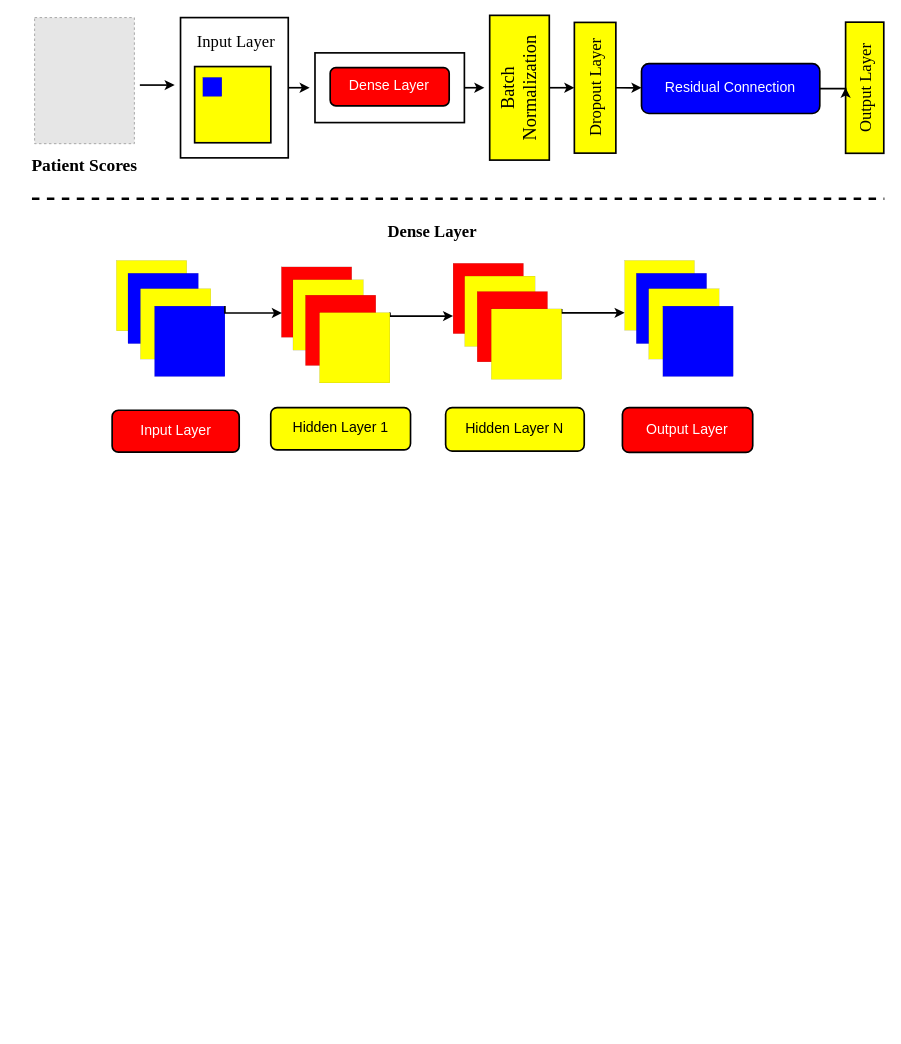
The draw.io diagram Vitiligo Paper 1.drawio in a3X3k/-Random-, before the edit. Source tidied: cells renumbered, new cells numbered last; positions are measured from the earlier drawing's top-left corner, leaving out a move shared by most shapes. Both pictures are drawn from the tidied source at 83%, with x=0, y=0 at pixel (17, 15). Pictures stored in the file or linked from it are replaced by grey dashed boxes.
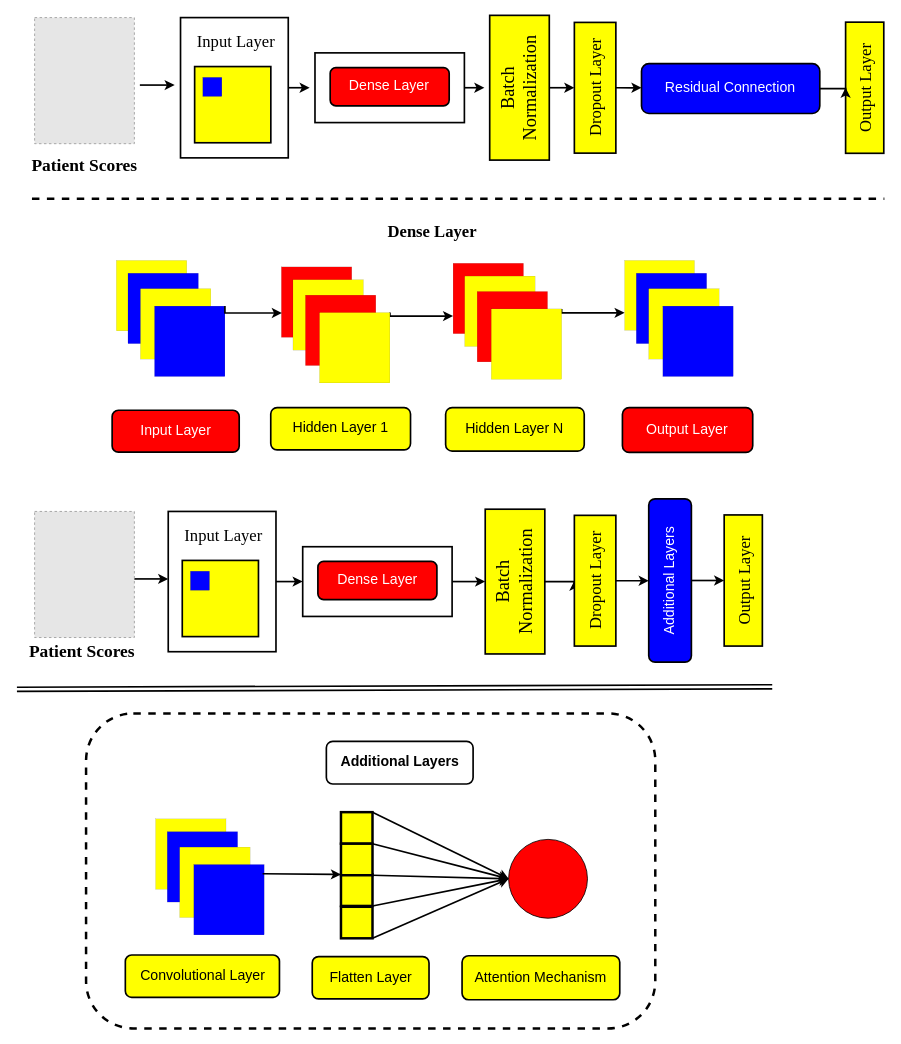
Above is the later version.

Diff of the diagram source:
```diff
@@
+    <mxCell id="45" style="rounded=1;whiteSpace=wrap;html=1;strokeWidth=3;dashed=1;" parent="1" vertex="1">
+      <mxGeometry x="83.2" y="841" width="685.8" height="379.6" as="geometry" />
+    </mxCell>
@@
+    <mxCell id="46" style="edgeStyle=orthogonalEdgeStyle;rounded=0;jettySize=auto;html=1;exitX=1;exitY=0.5;exitDx=0;exitDy=0;strokeWidth=2;entryX=0.5;entryY=1;entryDx=0;entryDy=0;" parent="1" edge="1" source="47" target="56">
+      <mxGeometry relative="1" as="geometry" />
+    </mxCell>
+    <mxCell id="47" style="rounded=0;whiteSpace=wrap;html=1;strokeWidth=2;" parent="1" vertex="1">
+      <mxGeometry x="344.2" y="640.2" width="180" height="84" as="geometry" />
+    </mxCell>
+    <mxCell id="48" style="edgeStyle=orthogonalEdgeStyle;rounded=0;jettySize=auto;html=1;exitX=1;exitY=0.5;exitDx=0;exitDy=0;strokeWidth=2;entryX=0;entryY=0.5;entryDx=0;entryDy=0;" parent="1" edge="1" source="49" target="47">
+      <mxGeometry relative="1" as="geometry" />
+    </mxCell>
+    <mxCell id="49" style="rounded=0;whiteSpace=wrap;html=1;shadow=0;glass=0;sketch=0;fillStyle=auto;strokeColor=#000000;strokeWidth=2;fontFamily=Times New Roman;fontSize=20;fillColor=#FFFFFF;gradientColor=none;" parent="1" vertex="1">
+      <mxGeometry x="182.2" y="597.7" width="129.8" height="169" as="geometry" />
+    </mxCell>
+    <mxCell id="50" style="edgeStyle=orthogonalEdgeStyle;orthogonalLoop=1;jettySize=auto;html=1;strokeWidth=2;fontFamily=Times New Roman;fontSize=20;rounded=0;" parent="1" edge="1">
+      <mxGeometry relative="1" as="geometry">
+        <mxPoint x="140.2" y="679" as="sourcePoint" />
+        <mxPoint x="182.2" y="679" as="targetPoint" />
+      </mxGeometry>
+    </mxCell>
+    <mxCell id="51" style="whiteSpace=wrap;html=1;fillColor=#FFFF00;shadow=0;strokeColor=#000000;rounded=0;sketch=0;glass=0;strokeWidth=2;fillStyle=auto;perimeterSpacing=0;fontSize=20;" parent="1" vertex="1">
+      <mxGeometry x="199.1" y="656.7" width="91.8" height="91.8" as="geometry" />
+    </mxCell>
+    <mxCell id="52" style="whiteSpace=wrap;html=1;rounded=0;shadow=0;glass=0;sketch=0;fillStyle=auto;strokeColor=#000000;strokeWidth=0;fillColor=#0000FF;fontSize=20;" parent="1" vertex="1">
+      <mxGeometry x="208.9" y="669.7" width="23" height="23" as="geometry" />
+    </mxCell>
+    <mxCell id="53" value="Input Layer" style="text;html=1;strokeColor=none;fillColor=none;align=center;verticalAlign=middle;whiteSpace=wrap;rounded=0;shadow=0;glass=0;sketch=0;fillStyle=auto;strokeWidth=1;fontFamily=Times New Roman;fontSize=20;" parent="1" vertex="1">
+      <mxGeometry x="196.7" y="610.7" width="104" height="30" as="geometry" />
+    </mxCell>
+    <mxCell id="54" value="Patient Scores" style="text;html=1;strokeColor=none;fillColor=none;align=center;verticalAlign=middle;whiteSpace=wrap;rounded=0;shadow=0;glass=0;sketch=0;fillStyle=auto;strokeWidth=1;fontFamily=Times New Roman;fontSize=21;fontStyle=1;" parent="1" vertex="1">
+      <mxGeometry x="-3" y="752" width="163" height="30" as="geometry" />
+    </mxCell>
+    <mxCell id="55" style="edgeStyle=orthogonalEdgeStyle;rounded=0;jettySize=auto;html=1;exitX=0.5;exitY=0;exitDx=0;exitDy=0;entryX=0.5;entryY=1;entryDx=0;entryDy=0;strokeWidth=2;" parent="1" edge="1" source="56" target="59">
+      <mxGeometry relative="1" as="geometry" />
+    </mxCell>
+    <mxCell id="56" value="Batch Normalization" style="rounded=0;whiteSpace=wrap;html=1;shadow=0;glass=0;sketch=0;fillStyle=auto;strokeColor=#000000;strokeWidth=2;fillColor=#FFFF00;gradientColor=none;direction=south;textDirection=ltr;horizontal=0;fontFamily=Times New Roman;fontSize=22;fontStyle=0;" parent="1" vertex="1">
+      <mxGeometry x="564.1" y="595" width="71.8" height="174.4" as="geometry" />
+    </mxCell>
+    <mxCell id="57" value="&lt;span style=&quot;font-size: 17px;&quot;&gt;&lt;font color=&quot;#ffffff&quot; style=&quot;font-size: 17px;&quot;&gt;Dense Layer&lt;/font&gt;&lt;/span&gt;" style="rounded=1;whiteSpace=wrap;html=1;fillColor=#FF0000;strokeWidth=2;fontSize=17;" parent="1" vertex="1">
+      <mxGeometry x="362.5" y="657.9" width="143.4" height="46" as="geometry" />
+    </mxCell>
+    <mxCell id="58" style="edgeStyle=orthogonalEdgeStyle;rounded=0;jettySize=auto;html=1;exitX=0.5;exitY=0;exitDx=0;exitDy=0;entryX=0;entryY=0.5;entryDx=0;entryDy=0;strokeWidth=2;" parent="1" edge="1" source="59" target="62">
+      <mxGeometry relative="1" as="geometry" />
+    </mxCell>
+    <mxCell id="59" value="Dropout Layer" style="rounded=0;whiteSpace=wrap;html=1;shadow=0;glass=0;sketch=0;fillStyle=auto;strokeColor=#000000;strokeWidth=2;fillColor=#FFFF00;gradientColor=none;direction=south;textDirection=ltr;horizontal=0;fontFamily=Times New Roman;fontSize=20;" parent="1" vertex="1">
+      <mxGeometry x="671.5" y="602.4" width="50" height="157.5" as="geometry" />
+    </mxCell>
+    <mxCell id="60" value="Output Layer" style="rounded=0;whiteSpace=wrap;html=1;shadow=0;glass=0;sketch=0;fillStyle=auto;strokeColor=#000000;strokeWidth=2;fillColor=#FFFF00;gradientColor=none;direction=south;textDirection=ltr;horizontal=0;fontFamily=Times New Roman;fontSize=20;" parent="1" vertex="1">
+      <mxGeometry x="852" y="601.9" width="46" height="158" as="geometry" />
+    </mxCell>
+    <mxCell id="61" style="edgeStyle=orthogonalEdgeStyle;rounded=0;jettySize=auto;html=1;exitX=1;exitY=0.5;exitDx=0;exitDy=0;entryX=0.5;entryY=1;entryDx=0;entryDy=0;strokeWidth=2;" parent="1" edge="1" source="62" target="60">
+      <mxGeometry relative="1" as="geometry" />
+    </mxCell>
+    <mxCell id="62" value="&lt;font style=&quot;font-size: 17px;&quot; color=&quot;#ffffff&quot;&gt;Additional Layers&lt;/font&gt;" style="rounded=1;whiteSpace=wrap;html=1;fillColor=#0000FF;fontSize=17;strokeWidth=2;horizontal=0;fontStyle=0;" parent="1" vertex="1">
+      <mxGeometry x="761.1" y="582.5" width="51.4" height="196.8" as="geometry" />
+    </mxCell>
+    <mxCell id="63" style="fillColor=#E6E6E6;strokeColor=#999999;dashed=1;verticalLabelPosition=bottom;labelBackgroundColor=default;verticalAlign=top;" parent="1" vertex="1">
+      <mxGeometry x="21.2" y="597.7" width="120.2" height="151.9" as="geometry" />
+    </mxCell>
+    <mxCell id="64" value="&lt;font style=&quot;font-size: 17px;&quot;&gt;Additional Layers&lt;/font&gt;" style="rounded=1;whiteSpace=wrap;html=1;fillColor=#FFFFFF;fontSize=17;strokeWidth=2;horizontal=0;fontStyle=1;rotation=90;fontColor=#000000;" parent="1" vertex="1">
+      <mxGeometry x="435.4" y="812" width="51.4" height="176.8" as="geometry" />
+    </mxCell>
+    <mxCell id="65" style="whiteSpace=wrap;html=1;rounded=0;shadow=0;glass=0;sketch=0;fillStyle=auto;strokeColor=#000000;strokeWidth=0;fillColor=#FFFF00;fontSize=20;" parent="1" vertex="1">
+      <mxGeometry x="167" y="968.1" width="84.8" height="84.8" as="geometry" />
+    </mxCell>
+    <mxCell id="66" style="whiteSpace=wrap;html=1;rounded=0;shadow=0;glass=0;sketch=0;fillStyle=auto;strokeColor=#000000;strokeWidth=0;fillColor=#0000FF;fontSize=20;" parent="1" vertex="1">
+      <mxGeometry x="181" y="983.5" width="84.8" height="84.8" as="geometry" />
+    </mxCell>
+    <mxCell id="67" style="whiteSpace=wrap;html=1;rounded=0;shadow=0;glass=0;sketch=0;fillStyle=auto;strokeColor=#000000;strokeWidth=0;fillColor=#FFFF00;fontSize=20;" parent="1" vertex="1">
+      <mxGeometry x="196" y="1002.1" width="84.8" height="84.8" as="geometry" />
+    </mxCell>
+    <mxCell id="68" style="whiteSpace=wrap;html=1;rounded=0;shadow=0;glass=0;sketch=0;fillStyle=auto;strokeColor=#000000;strokeWidth=0;fillColor=#0000FF;fontSize=20;" parent="1" vertex="1">
+      <mxGeometry x="213" y="1023.1" width="84.8" height="84.8" as="geometry" />
+    </mxCell>
+    <mxCell id="69" value="Convolutional Layer" style="rounded=1;whiteSpace=wrap;html=1;fontSize=17;strokeWidth=2;fillColor=#FFFF00;fontStyle=0;" parent="1" vertex="1">
+      <mxGeometry x="130.5" y="1132.1" width="185.7" height="51" as="geometry" />
+    </mxCell>
+    <mxCell id="70" style="whiteSpace=wrap;html=1;strokeWidth=3;fillColor=#FFFF00;" parent="1" vertex="1">
+      <mxGeometry x="390.3" y="960" width="38" height="38" as="geometry" />
+    </mxCell>
+    <mxCell id="71" style="whiteSpace=wrap;html=1;strokeWidth=3;fillColor=#FFFF00;" parent="1" vertex="1">
+      <mxGeometry x="390.3" y="1074" width="38" height="38" as="geometry" />
+    </mxCell>
+    <mxCell id="72" style="whiteSpace=wrap;html=1;strokeWidth=3;fillColor=#FFFF00;" parent="1" vertex="1">
+      <mxGeometry x="390.3" y="1035" width="38" height="38" as="geometry" />
+    </mxCell>
+    <mxCell id="73" style="whiteSpace=wrap;html=1;strokeWidth=3;fillColor=#FFFF00;" parent="1" vertex="1">
+      <mxGeometry x="390.3" y="998" width="38" height="38" as="geometry" />
+    </mxCell>
+    <mxCell id="74" value="Flatten Layer" style="rounded=1;whiteSpace=wrap;html=1;fontSize=17;strokeWidth=2;fillColor=#FFFF00;fontStyle=0;" parent="1" vertex="1">
+      <mxGeometry x="355.7" y="1134" width="140.7" height="51" as="geometry" />
+    </mxCell>
+    <mxCell id="75" style="ellipse;whiteSpace=wrap;html=1;rounded=0;shadow=0;glass=0;sketch=0;fillStyle=auto;strokeColor=#000000;strokeWidth=1;fontFamily=Times New Roman;fontSize=20;fillColor=#FF0000;gradientColor=none;" parent="1" vertex="1">
+      <mxGeometry x="592.3" y="992.8" width="95" height="95" as="geometry" />
+    </mxCell>
+    <mxCell id="76" style="endArrow=classic;html=1;rounded=0;exitX=1;exitY=0;exitDx=0;exitDy=0;entryX=0;entryY=0.5;entryDx=0;entryDy=0;strokeWidth=2;" parent="1" edge="1" source="70" target="75">
+      <mxGeometry relative="1" as="geometry" />
+    </mxCell>
+    <mxCell id="77" style="endArrow=classic;html=1;rounded=0;exitX=1;exitY=1;exitDx=0;exitDy=0;entryX=0;entryY=0.5;entryDx=0;entryDy=0;strokeWidth=2;" parent="1" edge="1" source="71" target="75">
+      <mxGeometry relative="1" as="geometry" />
+    </mxCell>
+    <mxCell id="78" style="endArrow=classic;html=1;rounded=0;exitX=1;exitY=1;exitDx=0;exitDy=0;entryX=0;entryY=0.5;entryDx=0;entryDy=0;strokeWidth=2;" parent="1" edge="1" source="72" target="75">
+      <mxGeometry relative="1" as="geometry" />
+    </mxCell>
+    <mxCell id="79" style="endArrow=classic;html=1;rounded=0;exitX=1;exitY=1;exitDx=0;exitDy=0;entryX=0;entryY=0.5;entryDx=0;entryDy=0;strokeWidth=2;" parent="1" edge="1" source="73" target="75">
+      <mxGeometry relative="1" as="geometry" />
+    </mxCell>
+    <mxCell id="80" style="endArrow=classic;html=1;rounded=0;exitX=1;exitY=1;exitDx=0;exitDy=0;entryX=0;entryY=0.5;entryDx=0;entryDy=0;strokeWidth=2;" parent="1" edge="1" source="70" target="75">
+      <mxGeometry relative="1" as="geometry" />
+    </mxCell>
+    <mxCell id="81" value="Attention Mechanism" style="rounded=1;whiteSpace=wrap;html=1;fontSize=17;strokeWidth=2;fillColor=#FFFF00;fontStyle=0;" parent="1" vertex="1">
+      <mxGeometry x="536.2" y="1133" width="190" height="53" as="geometry" />
+    </mxCell>
+    <mxCell id="82" style="shape=link;html=1;rounded=0;strokeWidth=2;" parent="1" edge="1">
+      <mxGeometry relative="1" as="geometry">
+        <mxPoint x="-0.1" y="812" as="sourcePoint" />
+        <mxPoint x="909.9" y="809" as="targetPoint" />
+      </mxGeometry>
+    </mxCell>
+    <mxCell id="83" style="endArrow=classic;html=1;rounded=0;exitX=0.978;exitY=0.131;exitDx=0;exitDy=0;entryX=0;entryY=0;entryDx=0;entryDy=0;exitPerimeter=0;strokeWidth=2;" parent="1" edge="1" source="68" target="72">
+      <mxGeometry relative="1" as="geometry" />
+    </mxCell>
```
